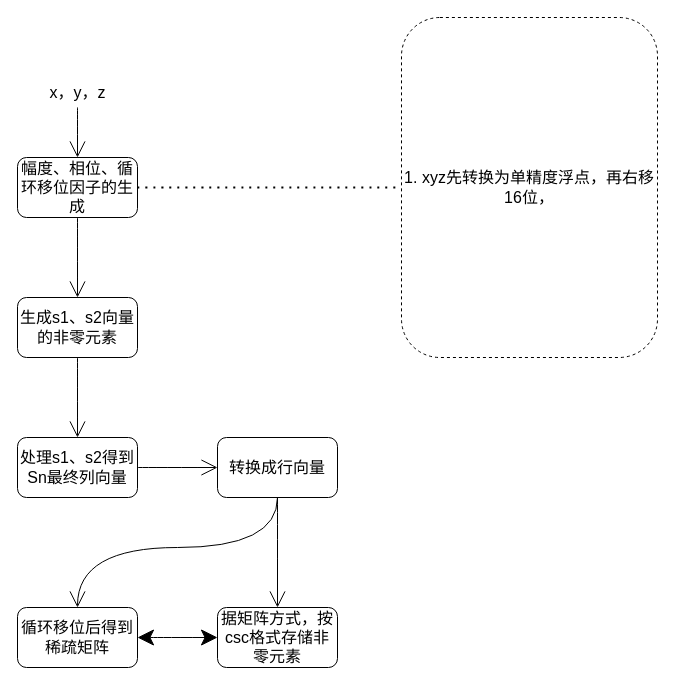
The draw.io diagram 毕设相关流程图.drawio in z1025220674/Completion_code, before the edit. Source tidied: cells renumbered, new cells numbered last; positions are measured from the earlier drawing's top-left corner, leaving out a move shared by most shapes. Both pictures are drawn from the tidied source at 100%, with x=0, y=0 at pixel (17, 17).
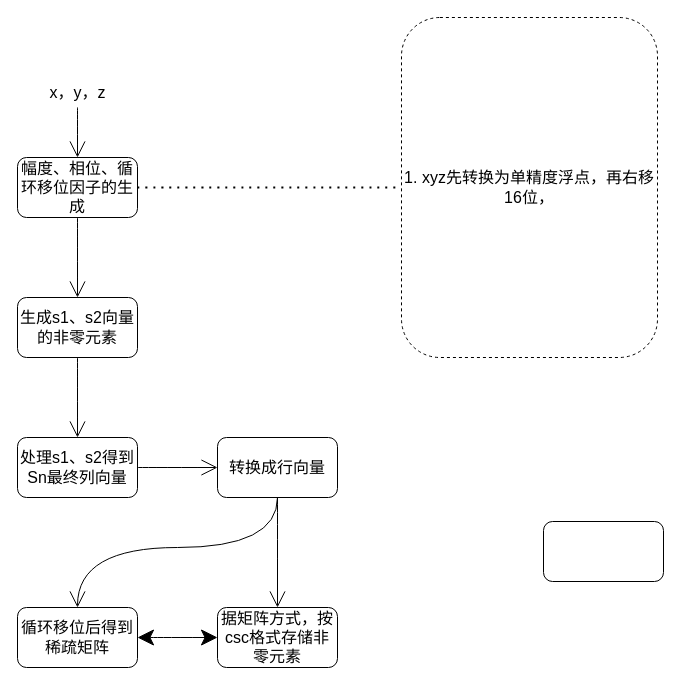
The same page after the edit.

What changed in the source:
```diff
@@
+    <mxCell id="18" style="rounded=1;whiteSpace=wrap;html=1;" parent="1" vertex="1">
+      <mxGeometry x="526" y="504" width="120" height="60" as="geometry" />
+    </mxCell>
```
